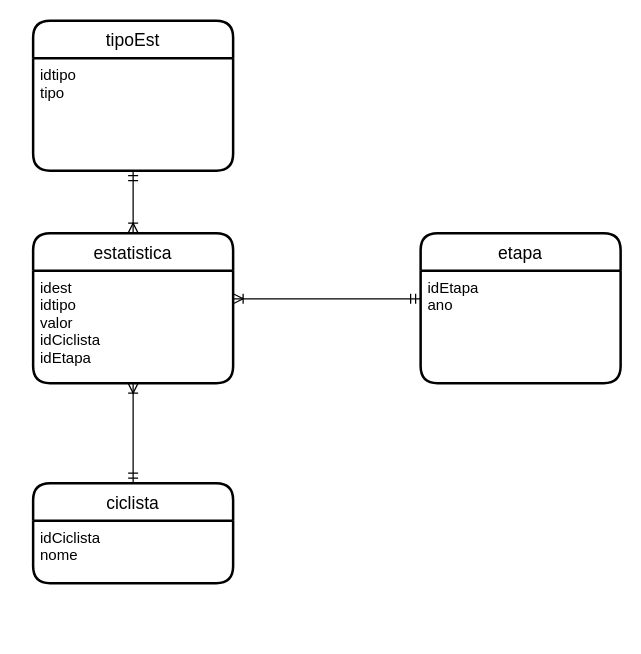
The draw.io diagram er.drawio in AlexandrePSantos/BD-Gestao_Equipa_de_Ciclistas, before the edit. Source tidied: cells renumbered, new cells numbered last; positions are measured from the earlier drawing's top-left corner, leaving out a move shared by most shapes. Both pictures are drawn from the tidied source at 125%, with x=0, y=0 at pixel (32, 20).
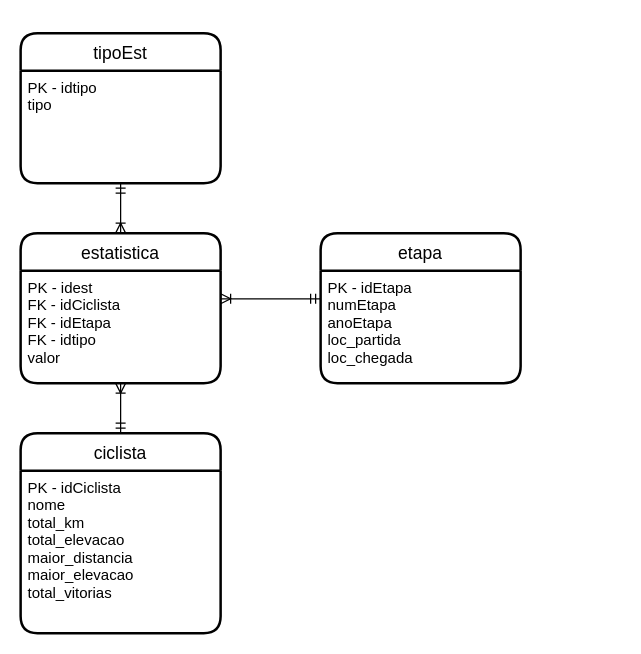
Above is the later version.

What changed in the source:
```diff
@@
 <mxGraphModel>
   <root>
     <mxCell id="0" />
     <mxCell id="1" parent="0" />
     <mxCell id="2" value="estatistica" style="swimlane;horizontal=1;startSize=30;rounded=1;fontSize=14;fontStyle=0;strokeWidth=2;shadow=0;dashed=0;align=center;" parent="1" vertex="1">
-      <mxGeometry y="170" width="160" height="120" as="geometry" />
+      <mxGeometry x="-10" y="170" width="160" height="120" as="geometry" />
     </mxCell>
-    <mxCell id="3" value="idest&#10;idtipo&#10;valor&#10;idCiclista&#10;idEtapa" style="align=left;strokeColor=none;fillColor=none;spacingLeft=4;fontSize=12;verticalAlign=top;" parent="2" vertex="1">
+    <mxCell id="3" value="PK - idest&#10;FK - idCiclista&#10;FK - idEtapa&#10;FK - idtipo&#10;valor" style="align=left;strokeColor=none;fillColor=none;spacingLeft=4;fontSize=12;verticalAlign=top;" parent="2" vertex="1">
       <mxGeometry y="30" width="160" height="90" as="geometry" />
     </mxCell>
     <mxCell id="4" style="edgeStyle=orthogonalEdgeStyle;rounded=0;jettySize=auto;html=1;exitX=0.5;exitY=0;exitDx=0;exitDy=0;entryX=0.5;entryY=1;entryDx=0;entryDy=0;startArrow=ERmandOne;startFill=0;endArrow=ERoneToMany;endFill=0;" parent="1" edge="1" source="5" target="3">
       <mxGeometry relative="1" as="geometry">
         <Array as="points">
-          <mxPoint x="80" y="340" />
-          <mxPoint x="80" y="340" />
+          <mxPoint x="70" y="310" />
+          <mxPoint x="70" y="310" />
         </Array>
       </mxGeometry>
     </mxCell>
     <mxCell id="5" value="ciclista" style="swimlane;horizontal=1;startSize=30;rounded=1;fontSize=14;fontStyle=0;strokeWidth=2;shadow=0;dashed=0;align=center;" parent="1" vertex="1">
-      <mxGeometry y="370" width="160" height="80" as="geometry" />
+      <mxGeometry x="-10" y="330" width="160" height="160" as="geometry" />
     </mxCell>
-    <mxCell id="6" value="idCiclista&#10;nome" style="align=left;strokeColor=none;fillColor=none;spacingLeft=4;fontSize=12;verticalAlign=top;" parent="5" vertex="1">
-      <mxGeometry y="30" width="160" height="50" as="geometry" />
+    <mxCell id="6" value="PK - idCiclista&#10;nome&#10;total_km&#10;total_elevacao&#10;maior_distancia&#10;maior_elevacao&#10;total_vitorias" style="align=left;strokeColor=none;fillColor=none;spacingLeft=4;fontSize=12;verticalAlign=top;" parent="5" vertex="1">
+      <mxGeometry y="30" width="160" height="130" as="geometry" />
     </mxCell>
     <mxCell id="7" value="etapa" style="swimlane;horizontal=1;startSize=30;rounded=1;fontSize=14;fontStyle=0;strokeWidth=2;shadow=0;dashed=0;align=center;" parent="1" vertex="1">
-      <mxGeometry x="310" y="170" width="160" height="120" as="geometry" />
+      <mxGeometry x="230" y="170" width="160" height="120" as="geometry" />
     </mxCell>
-    <mxCell id="8" value="idEtapa&#10;ano" style="align=left;strokeColor=none;fillColor=none;spacingLeft=4;fontSize=12;verticalAlign=top;" parent="7" vertex="1">
+    <mxCell id="8" value="PK - idEtapa&#10;numEtapa&#10;anoEtapa&#10;loc_partida&#10;loc_chegada" style="align=left;strokeColor=none;fillColor=none;spacingLeft=4;fontSize=12;verticalAlign=top;" parent="7" vertex="1">
       <mxGeometry y="30" width="160" height="90" as="geometry" />
     </mxCell>
     <mxCell id="9" value="tipoEst" style="swimlane;horizontal=1;startSize=30;rounded=1;fontSize=14;fontStyle=0;strokeWidth=2;shadow=0;dashed=0;align=center;" parent="1" vertex="1">
-      <mxGeometry width="160" height="120" as="geometry" />
+      <mxGeometry x="-10" y="10" width="160" height="120" as="geometry" />
     </mxCell>
-    <mxCell id="10" value="idtipo&#10;tipo" style="align=left;strokeColor=none;fillColor=none;spacingLeft=4;fontSize=12;verticalAlign=top;" parent="9" vertex="1">
+    <mxCell id="10" value="PK - idtipo&#10;tipo" style="align=left;strokeColor=none;fillColor=none;spacingLeft=4;fontSize=12;verticalAlign=top;" parent="9" vertex="1">
       <mxGeometry y="30" width="160" height="90" as="geometry" />
     </mxCell>
     <mxCell id="11" style="edgeStyle=orthogonalEdgeStyle;rounded=0;jettySize=auto;html=1;exitX=0;exitY=0.25;exitDx=0;exitDy=0;entryX=1;entryY=0.25;entryDx=0;entryDy=0;startArrow=ERmandOne;startFill=0;endArrow=ERoneToMany;endFill=0;" parent="1" edge="1" source="8" target="3">
       <mxGeometry relative="1" as="geometry" />
     </mxCell>
     <mxCell id="12" style="edgeStyle=orthogonalEdgeStyle;rounded=0;jettySize=auto;html=1;exitX=0.5;exitY=1;exitDx=0;exitDy=0;entryX=0.5;entryY=0;entryDx=0;entryDy=0;startArrow=ERmandOne;startFill=0;endArrow=ERoneToMany;endFill=0;" parent="1" edge="1" source="10" target="2">
       <mxGeometry relative="1" as="geometry" />
     </mxCell>
   </root>
 </mxGraphModel>
```
